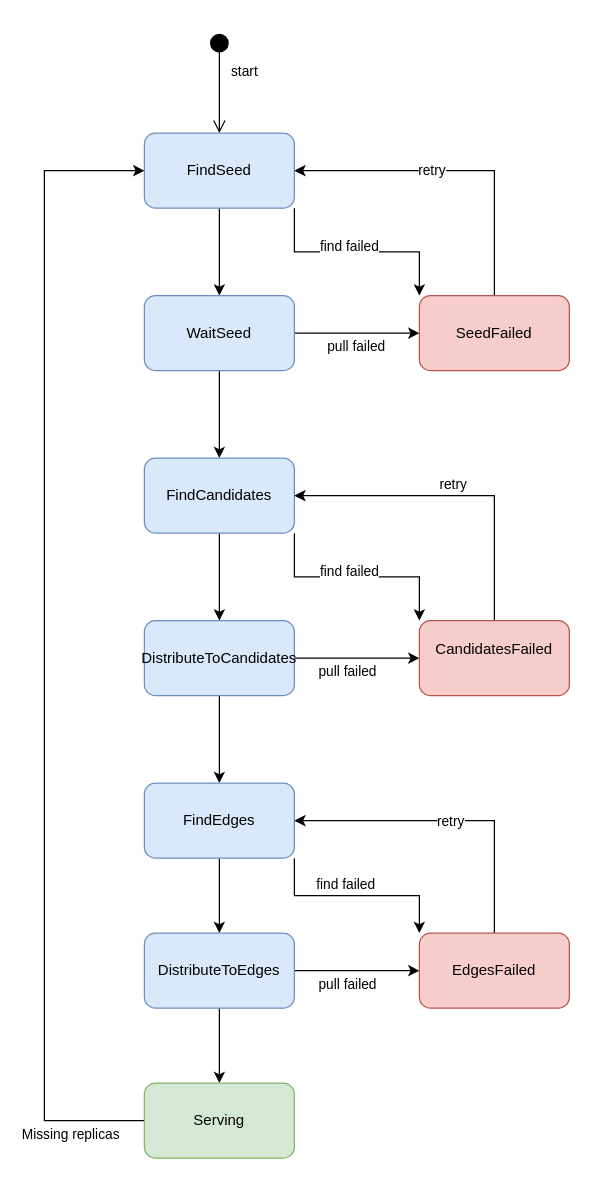
LMF709268224/titan-drawings keeps this draw.io diagram as cache/未命名绘图.drawio. Above is the earlier version. Source tidied: cells renumbered, new cells numbered last; positions are measured from the earlier drawing's top-left corner, leaving out a move shared by most shapes. Both pictures are drawn from the tidied source at 125%, with x=0, y=0 at pixel (44, 32).
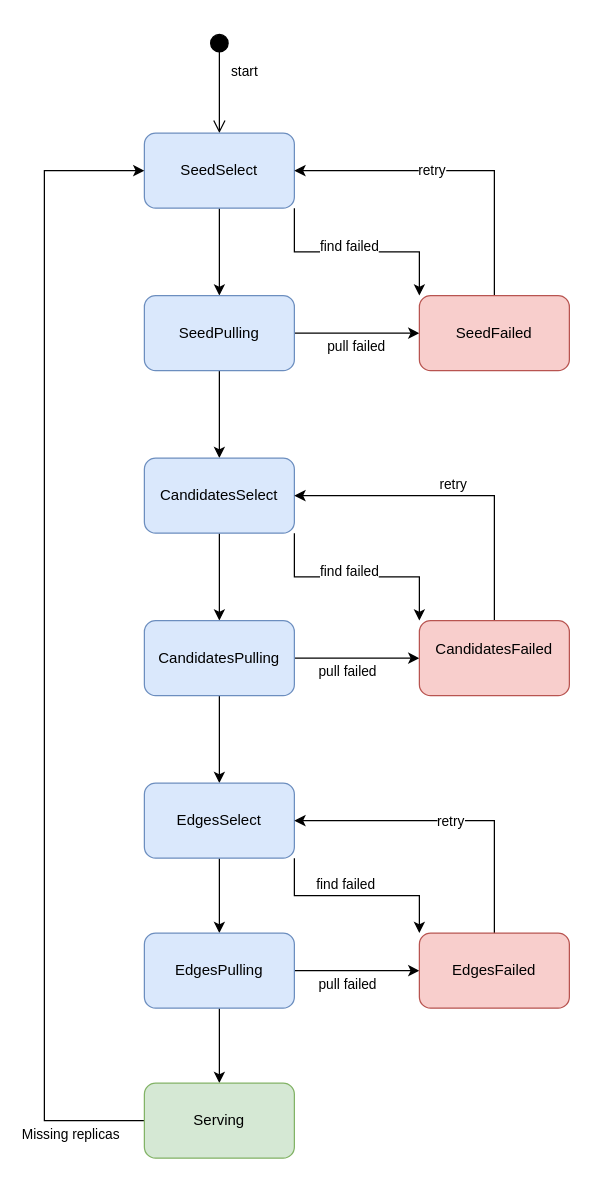
Above is the later version.

Commit message:
更新未命名绘图.drawio

Change to the diagram source:
```diff
@@
-    <mxCell id="6" value="FindSeed&lt;br style=&quot;border-color: var(--border-color);&quot;&gt;" style="rounded=1;whiteSpace=wrap;html=1;fillColor=#dae8fc;strokeColor=#6c8ebf;" parent="1" vertex="1">
+    <mxCell id="6" value="SeedSelect" style="rounded=1;whiteSpace=wrap;html=1;fillColor=#dae8fc;strokeColor=#6c8ebf;" parent="1" vertex="1">
       <mxGeometry x="80" y="80" width="120" height="60" as="geometry" />
     </mxCell>
@@
-    <mxCell id="10" value="WaitSeed&lt;br style=&quot;border-color: var(--border-color);&quot;&gt;" style="rounded=1;whiteSpace=wrap;html=1;fillColor=#dae8fc;strokeColor=#6c8ebf;" parent="1" vertex="1">
+    <mxCell id="10" value="SeedPulling" style="rounded=1;whiteSpace=wrap;html=1;fillColor=#dae8fc;strokeColor=#6c8ebf;" parent="1" vertex="1">
       <mxGeometry x="80" y="210" width="120" height="60" as="geometry" />
     </mxCell>
@@
-    <mxCell id="14" value="FindCandidates&lt;br style=&quot;border-color: var(--border-color);&quot;&gt;" style="rounded=1;whiteSpace=wrap;html=1;fillColor=#dae8fc;strokeColor=#6c8ebf;" parent="1" vertex="1">
+    <mxCell id="14" value="CandidatesSelect" style="rounded=1;whiteSpace=wrap;html=1;fillColor=#dae8fc;strokeColor=#6c8ebf;" parent="1" vertex="1">
       <mxGeometry x="80" y="340" width="120" height="60" as="geometry" />
     </mxCell>
@@
-    <mxCell id="21" value="DistributeToCandidates&lt;br style=&quot;border-color: var(--border-color);&quot;&gt;" style="rounded=1;whiteSpace=wrap;html=1;fillColor=#dae8fc;strokeColor=#6c8ebf;" parent="1" vertex="1">
+    <mxCell id="21" value="CandidatesPulling" style="rounded=1;whiteSpace=wrap;html=1;fillColor=#dae8fc;strokeColor=#6c8ebf;" parent="1" vertex="1">
       <mxGeometry x="80" y="470" width="120" height="60" as="geometry" />
     </mxCell>
@@
-    <mxCell id="25" value="FindEdges" style="rounded=1;whiteSpace=wrap;html=1;fillColor=#dae8fc;strokeColor=#6c8ebf;" parent="1" vertex="1">
+    <mxCell id="25" value="EdgesSelect" style="rounded=1;whiteSpace=wrap;html=1;fillColor=#dae8fc;strokeColor=#6c8ebf;" parent="1" vertex="1">
       <mxGeometry x="80" y="600" width="120" height="60" as="geometry" />
     </mxCell>
@@
-    <mxCell id="29" value="DistributeToEdges" style="rounded=1;whiteSpace=wrap;html=1;fillColor=#dae8fc;strokeColor=#6c8ebf;" parent="1" vertex="1">
+    <mxCell id="29" value="EdgesPulling" style="rounded=1;whiteSpace=wrap;html=1;fillColor=#dae8fc;strokeColor=#6c8ebf;" parent="1" vertex="1">
       <mxGeometry x="80" y="720" width="120" height="60" as="geometry" />
     </mxCell>
```
